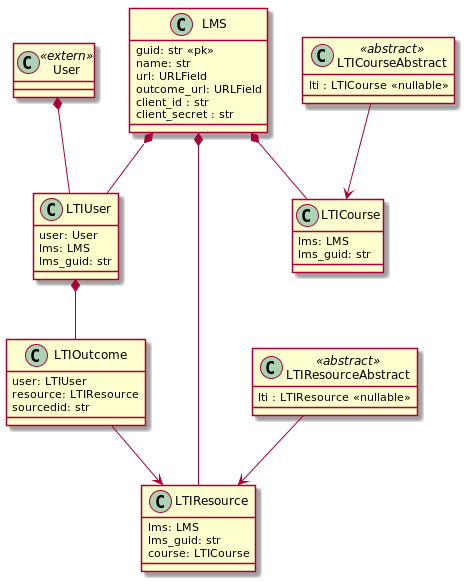
Before: diagrammes/standalone/lti/lti.png, a diagram exported from PlantUML (PremierLangage/platon-conception).
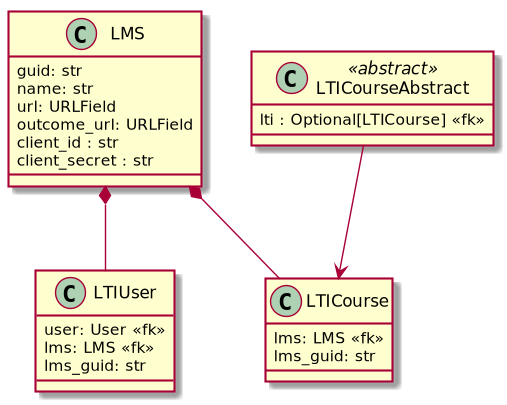
Above is the later version.

What changed in the source:
```diff
@@ -1,7 +1,7 @@
 @startuml
 
 class LMS {
-    guid: str <<pk>>
+    guid: str
     name: str
     url: URLField
     outcome_url: URLField
@@ -10,46 +10,24 @@
 }
 
 class LTIUser {
-    user: User
-    lms: LMS
+    user: User <<fk>>
+    lms: LMS <<fk>>
     lms_guid: str
 }
 
 class LTICourse {
-    lms: LMS
+    lms: LMS <<fk>>
     lms_guid: str
 }
 
-class LTIOutcome {
-    user: LTIUser
-    resource: LTIResource
-    sourcedid: str
+
+class LTICourseAbstract<<abstract>> {
+    lti : Optional[LTICourse] <<fk>>
 }
 
-class LTIResource {
-    lms: LMS
-    lms_guid: str
-    course: LTICourse
-}
-
-class LTICourseAbstract<<abstract>> {
-    lti : LTICourse <<nullable>>
-}
-
-class LTIResourceAbstract<<abstract>> {
-    lti : LTIResource <<nullable>>
-}
-
-class User<<extern>> {
-}
 
 LMS *-- LTIUser
 LMS *-- LTICourse
-LMS *-- LTIResource
-LTIOutcome --> LTIResource
-LTIUser *-- LTIOutcome
-LTIResourceAbstract --> LTIResource
 LTICourseAbstract --> LTICourse
-User *-- LTIUser
 
 @enduml
```
